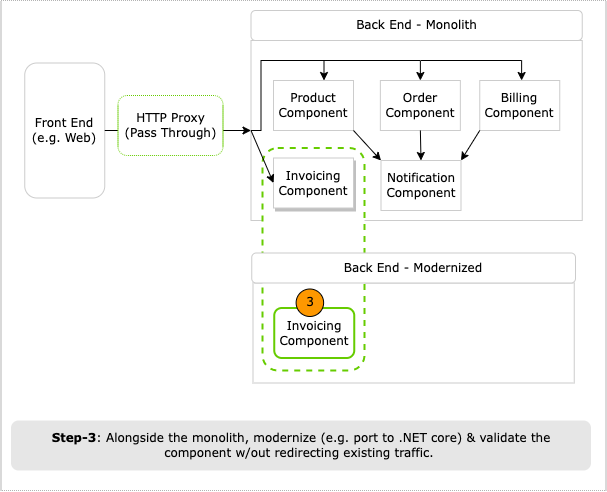
shahzadhuq/modernization-decomposing-monolith keeps this draw.io diagram as diagrams/strangler-fig-modernize-component.png. Above is the earlier version. Source tidied: cells renumbered, new cells last; positions are measured from the earlier drawing's top-left corner, leaving out a move shared by most shapes.
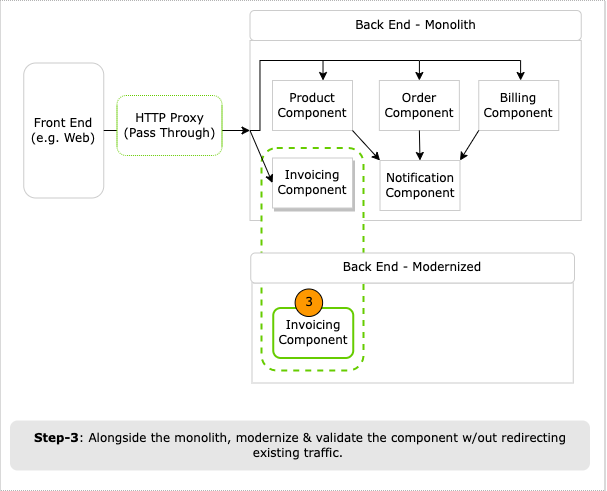
Later version of the same file.

Change to the diagram source:
```diff
@@ -82,7 +82,7 @@
     <mxCell id="24" style="endArrow=classic;html=1;rounded=0;fontFamily=Verdana;entryX=0;entryY=0.5;entryDx=0;entryDy=0;exitX=0;exitY=0.5;exitDx=0;exitDy=0;" parent="1" edge="1" source="3" target="23">
       <mxGeometry relative="1" as="geometry" />
     </mxCell>
-    <mxCell id="25" value="&lt;b&gt;Step-3&lt;/b&gt;: Alongside the monolith, modernize (e.g. port to .NET core) &amp;amp; validate the component w/out redirecting existing traffic.&amp;nbsp;" style="text;html=1;strokeColor=none;fillColor=#E6E6E6;align=center;verticalAlign=middle;whiteSpace=wrap;rounded=1;shadow=0;perimeterSpacing=0;spacing=7;fontFamily=Verdana;" parent="1" vertex="1">
+    <mxCell id="25" value="&lt;b&gt;Step-3&lt;/b&gt;: Alongside the monolith, modernize &amp;amp; validate the component w/out redirecting existing traffic.&amp;nbsp;" style="text;html=1;strokeColor=none;fillColor=#E6E6E6;align=center;verticalAlign=middle;whiteSpace=wrap;rounded=1;shadow=0;perimeterSpacing=0;spacing=7;fontFamily=Verdana;" parent="1" vertex="1">
       <mxGeometry x="10.5" y="420" width="580" height="50" as="geometry" />
     </mxCell>
   </root>
```
